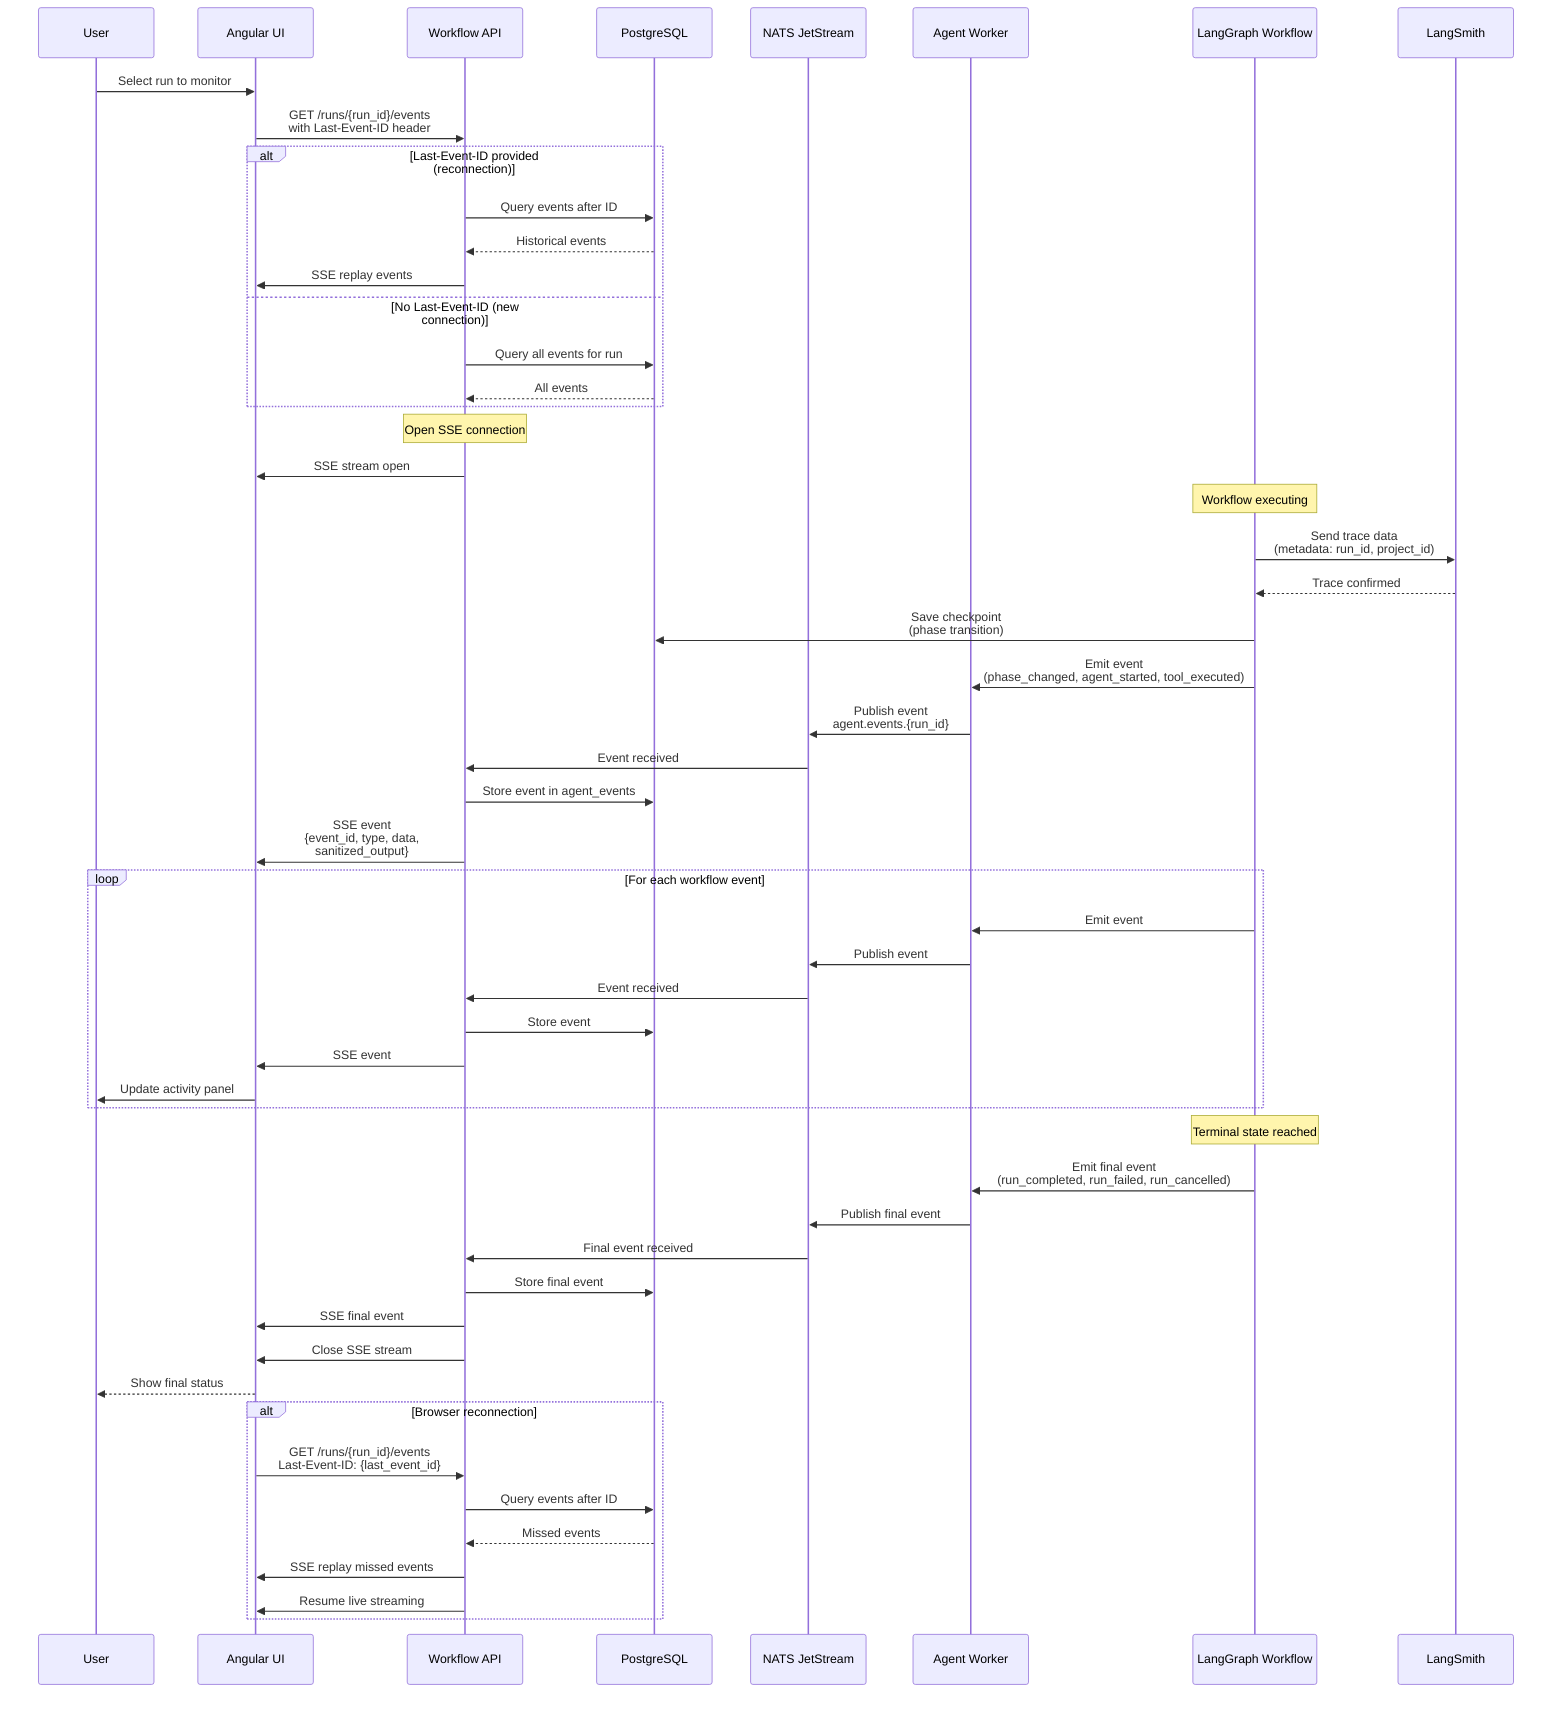
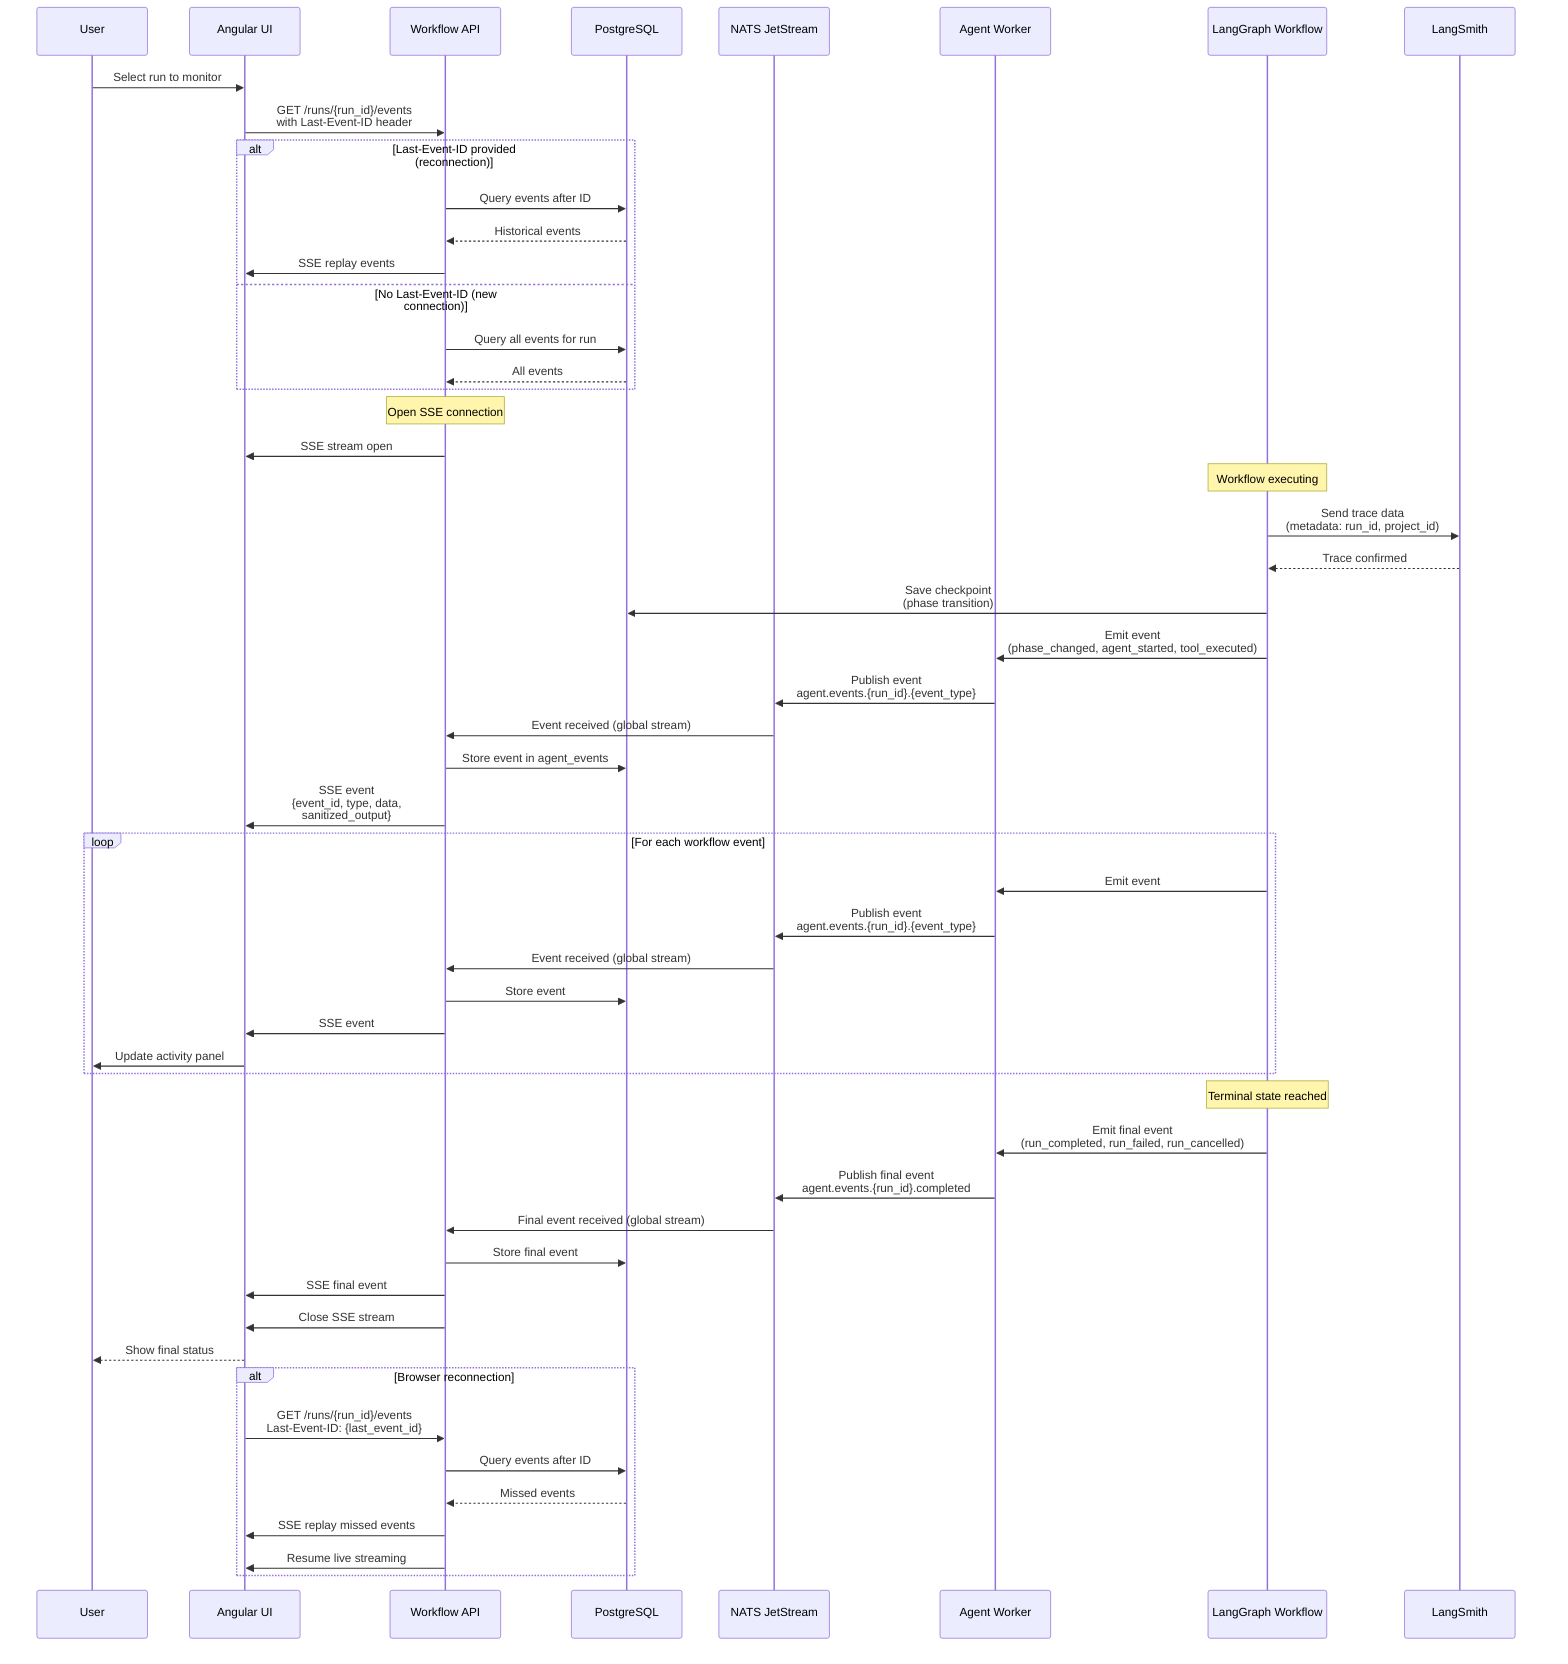
sequenceDiagram
    participant User
    participant WebUI as Angular UI
    participant WorkflowAPI as Workflow API
    participant PostgreSQL as PostgreSQL
    participant NATS as NATS JetStream
    participant Worker as Agent Worker
    participant LangGraph as LangGraph Workflow
    participant LangSmith as LangSmith

    User->>WebUI: Select run to monitor
    WebUI->>WorkflowAPI: GET /runs/{run_id}/events<br/>with Last-Event-ID header

    alt Last-Event-ID provided (reconnection)
        WorkflowAPI->>PostgreSQL: Query events after ID
        PostgreSQL-->>WorkflowAPI: Historical events
        WorkflowAPI->>WebUI: SSE replay events
    else No Last-Event-ID (new connection)
        WorkflowAPI->>PostgreSQL: Query all events for run
        PostgreSQL-->>WorkflowAPI: All events
    end

    Note over WorkflowAPI: Open SSE connection
    WorkflowAPI->>WebUI: SSE stream open

    Note over LangGraph: Workflow executing
    LangGraph->>LangSmith: Send trace data<br/>(metadata: run_id, project_id)
    LangSmith-->>LangGraph: Trace confirmed

    LangGraph->>PostgreSQL: Save checkpoint<br/>(phase transition)
    LangGraph->>Worker: Emit event<br/>(phase_changed, agent_started, tool_executed)
-     Worker->>NATS: Publish event<br/>agent.events.{run_id}
-     NATS->>WorkflowAPI: Event received
+     Worker->>NATS: Publish event<br/>agent.events.{run_id}.{event_type}
+     NATS->>WorkflowAPI: Event received (global stream)
    WorkflowAPI->>PostgreSQL: Store event in agent_events
    WorkflowAPI->>WebUI: SSE event<br/>{event_id, type, data,<br/>sanitized_output}

    loop For each workflow event
        LangGraph->>Worker: Emit event
-         Worker->>NATS: Publish event
-         NATS->>WorkflowAPI: Event received
+         Worker->>NATS: Publish event<br/>agent.events.{run_id}.{event_type}
+         NATS->>WorkflowAPI: Event received (global stream)
        WorkflowAPI->>PostgreSQL: Store event
        WorkflowAPI->>WebUI: SSE event
        WebUI->>User: Update activity panel
    end

    Note over LangGraph: Terminal state reached
    LangGraph->>Worker: Emit final event<br/>(run_completed, run_failed, run_cancelled)
-     Worker->>NATS: Publish final event
-     NATS->>WorkflowAPI: Final event received
+     Worker->>NATS: Publish final event<br/>agent.events.{run_id}.completed
+     NATS->>WorkflowAPI: Final event received (global stream)
    WorkflowAPI->>PostgreSQL: Store final event
    WorkflowAPI->>WebUI: SSE final event
    WorkflowAPI->>WebUI: Close SSE stream
    WebUI-->>User: Show final status

    alt Browser reconnection
        WebUI->>WorkflowAPI: GET /runs/{run_id}/events<br/>Last-Event-ID: {last_event_id}
        WorkflowAPI->>PostgreSQL: Query events after ID
        PostgreSQL-->>WorkflowAPI: Missed events
        WorkflowAPI->>WebUI: SSE replay missed events
        WorkflowAPI->>WebUI: Resume live streaming
    end
